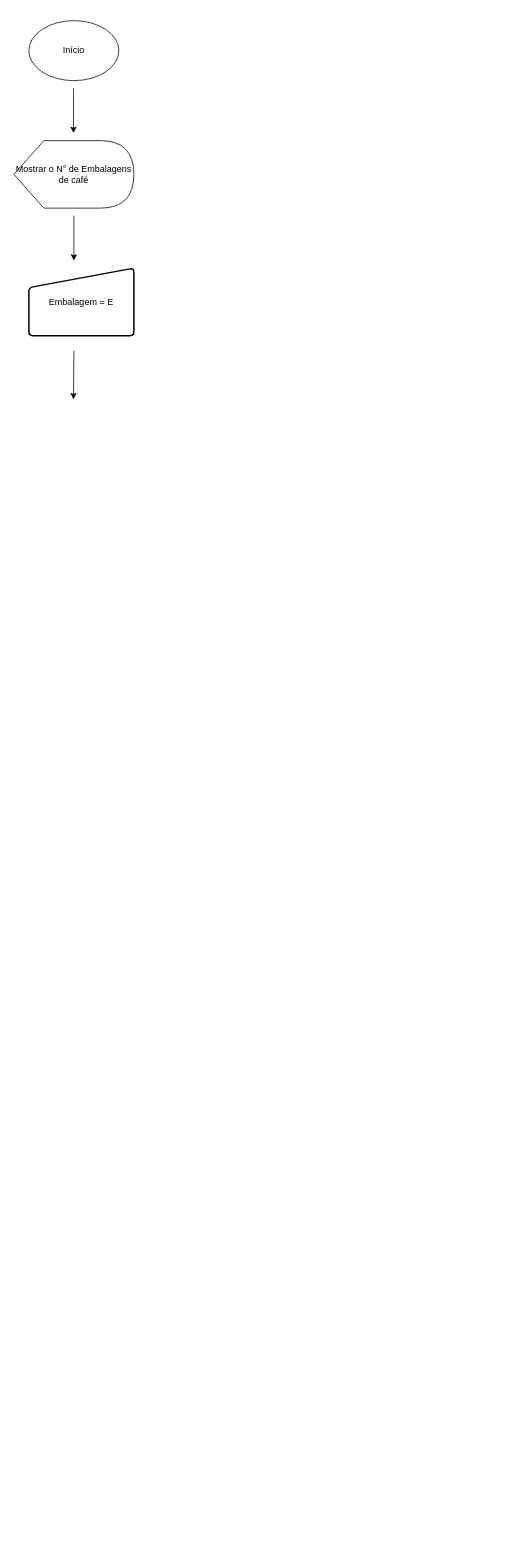
Ins1d3r8/Primeiro-Algor-tmo keeps this draw.io diagram as Café.drawio. Above is the earlier version. Source tidied: cells renumbered, new cells numbered last; positions are measured from the earlier drawing's top-left corner, leaving out a move shared by most shapes. Both pictures are drawn from the tidied source at 75%, with x=0, y=0 at pixel (14, 20).
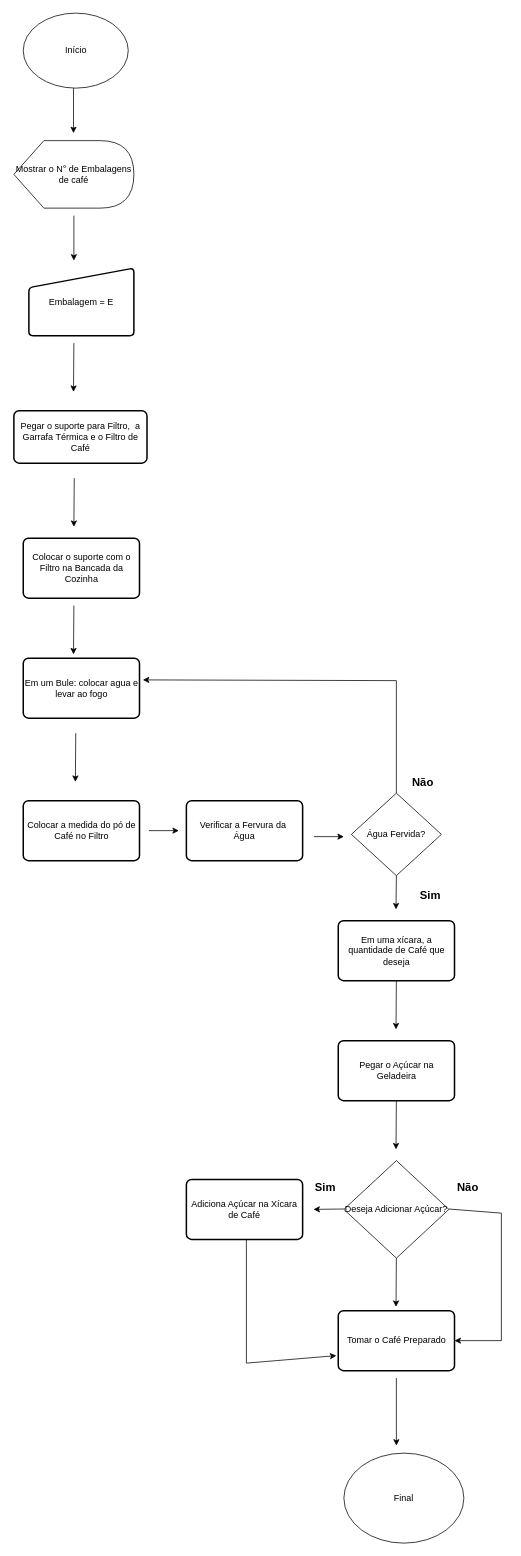
The same diagram, later.

Change to the diagram source:
```diff
@@
     <mxCell id="2" value="Início" style="ellipse;whiteSpace=wrap;html=1;" parent="1" vertex="1">
-      <mxGeometry x="20" width="120" height="80" as="geometry" />
+      <mxGeometry x="12.5" y="-10" width="140" height="100" as="geometry" />
     </mxCell>
@@
     <mxCell id="7" style="endArrow=classic;html=1;rounded=0;" parent="1" edge="1">
       <mxGeometry relative="1" as="geometry">
-        <mxPoint x="80" y="440" as="sourcePoint" />
-        <mxPoint x="79.5" y="505" as="targetPoint" />
+        <mxPoint x="80" y="430" as="sourcePoint" />
+        <mxPoint x="79.5" y="495" as="targetPoint" />
       </mxGeometry>
     </mxCell>
+    <mxCell id="8" value="Pegar o suporte para Filtro,&amp;nbsp; a Garrafa Térmica e o Filtro de Café" style="rounded=1;whiteSpace=wrap;html=1;absoluteArcSize=1;arcSize=14;strokeWidth=2;" parent="1" vertex="1">
+      <mxGeometry y="520" width="177.5" height="70" as="geometry" />
+    </mxCell>
+    <mxCell id="9" style="endArrow=classic;html=1;rounded=0;" parent="1" edge="1">
+      <mxGeometry relative="1" as="geometry">
+        <mxPoint x="80.5" y="610" as="sourcePoint" />
+        <mxPoint x="80" y="675" as="targetPoint" />
+      </mxGeometry>
+    </mxCell>
+    <mxCell id="10" value="Colocar o suporte com o Filtro na Bancada da Cozinha" style="rounded=1;whiteSpace=wrap;html=1;absoluteArcSize=1;arcSize=14;strokeWidth=2;" parent="1" vertex="1">
+      <mxGeometry x="12.5" y="690" width="155" height="80" as="geometry" />
+    </mxCell>
+    <mxCell id="11" style="endArrow=classic;html=1;rounded=0;" parent="1" edge="1">
+      <mxGeometry relative="1" as="geometry">
+        <mxPoint x="80" y="780" as="sourcePoint" />
+        <mxPoint x="79.5" y="845" as="targetPoint" />
+      </mxGeometry>
+    </mxCell>
+    <mxCell id="12" value="Em um Bule: colocar agua e levar ao fogo" style="rounded=1;whiteSpace=wrap;html=1;absoluteArcSize=1;arcSize=14;strokeWidth=2;" parent="1" vertex="1">
+      <mxGeometry x="12.5" y="850" width="155" height="80" as="geometry" />
+    </mxCell>
+    <mxCell id="13" style="endArrow=classic;html=1;rounded=0;" parent="1" edge="1">
+      <mxGeometry relative="1" as="geometry">
+        <mxPoint x="82.5" y="950" as="sourcePoint" />
+        <mxPoint x="82" y="1015" as="targetPoint" />
+      </mxGeometry>
+    </mxCell>
+    <mxCell id="14" value="Colocar a medida do pó de Café no Filtro " style="rounded=1;whiteSpace=wrap;html=1;absoluteArcSize=1;arcSize=14;strokeWidth=2;" parent="1" vertex="1">
+      <mxGeometry x="12.5" y="1040" width="155" height="80" as="geometry" />
+    </mxCell>
+    <mxCell id="15" style="endArrow=classic;html=1;rounded=0;" parent="1" edge="1">
+      <mxGeometry relative="1" as="geometry">
+        <mxPoint x="180" y="1080" as="sourcePoint" />
+        <mxPoint x="220" y="1080" as="targetPoint" />
+      </mxGeometry>
+    </mxCell>
+    <mxCell id="16" value="&lt;div&gt;Verificar a Fervura da&amp;nbsp;&lt;/div&gt;&lt;div&gt;Água&lt;/div&gt;" style="rounded=1;whiteSpace=wrap;html=1;absoluteArcSize=1;arcSize=14;strokeWidth=2;" parent="1" vertex="1">
+      <mxGeometry x="230" y="1040" width="155" height="80" as="geometry" />
+    </mxCell>
+    <mxCell id="17" style="endArrow=classic;html=1;rounded=0;" parent="1" edge="1">
+      <mxGeometry relative="1" as="geometry">
+        <mxPoint x="400" y="1088" as="sourcePoint" />
+        <mxPoint x="440" y="1088" as="targetPoint" />
+      </mxGeometry>
+    </mxCell>
+    <mxCell id="18" value="Água Fervida?" style="rhombus;whiteSpace=wrap;html=1;" parent="1" vertex="1">
+      <mxGeometry x="450" y="1030" width="120" height="110" as="geometry" />
+    </mxCell>
+    <mxCell id="19" style="endArrow=classic;html=1;rounded=0;exitX=0.5;exitY=1;exitDx=0;exitDy=0;" parent="1" edge="1" source="18">
+      <mxGeometry relative="1" as="geometry">
+        <mxPoint x="509.5" y="1185" as="targetPoint" />
+      </mxGeometry>
+    </mxCell>
+    <mxCell id="20" value="Não" style="text;html=1;align=center;verticalAlign=middle;strokeColor=none;fillColor=none;fontSize=15;fontStyle=1;" parent="1" vertex="1">
+      <mxGeometry x="520" y="1000" width="50" height="30" as="geometry" />
+    </mxCell>
+    <mxCell id="21" value="Sim" style="text;html=1;align=center;verticalAlign=middle;strokeColor=none;fillColor=none;fontSize=15;fontStyle=1;" parent="1" vertex="1">
+      <mxGeometry x="530" y="1150" width="50" height="30" as="geometry" />
+    </mxCell>
+    <mxCell id="22" style="endArrow=none;html=1;rounded=0;" parent="1" edge="1">
+      <mxGeometry relative="1" as="geometry">
+        <mxPoint x="510" y="1030" as="sourcePoint" />
+        <mxPoint x="510" y="880" as="targetPoint" />
+      </mxGeometry>
+    </mxCell>
+    <mxCell id="23" style="endArrow=classic;html=1;rounded=0;entryX=1.029;entryY=0.363;entryDx=0;entryDy=0;entryPerimeter=0;" parent="1" edge="1" target="12">
+      <mxGeometry relative="1" as="geometry">
+        <mxPoint x="510" y="880" as="sourcePoint" />
+      </mxGeometry>
+    </mxCell>
+    <mxCell id="24" value="&lt;div&gt;Em uma xícara, a quantidade de Café que deseja&lt;br&gt;&lt;/div&gt;" style="rounded=1;whiteSpace=wrap;html=1;absoluteArcSize=1;arcSize=14;strokeWidth=2;" parent="1" vertex="1">
+      <mxGeometry x="432.5" y="1200" width="155" height="80" as="geometry" />
+    </mxCell>
+    <mxCell id="25" style="endArrow=classic;html=1;rounded=0;" parent="1" edge="1">
+      <mxGeometry relative="1" as="geometry">
+        <mxPoint x="510" y="1280" as="sourcePoint" />
+        <mxPoint x="509.5" y="1345" as="targetPoint" />
+      </mxGeometry>
+    </mxCell>
+    <mxCell id="26" value="Pegar o Açúcar na Geladeira" style="rounded=1;whiteSpace=wrap;html=1;absoluteArcSize=1;arcSize=14;strokeWidth=2;" parent="1" vertex="1">
+      <mxGeometry x="432.5" y="1360" width="155" height="80" as="geometry" />
+    </mxCell>
+    <mxCell id="27" style="endArrow=classic;html=1;rounded=0;" parent="1" edge="1">
+      <mxGeometry relative="1" as="geometry">
+        <mxPoint x="510" y="1440" as="sourcePoint" />
+        <mxPoint x="509.5" y="1505" as="targetPoint" />
+      </mxGeometry>
+    </mxCell>
+    <mxCell id="28" value="Deseja Adicionar Açúcar?" style="rhombus;whiteSpace=wrap;html=1;" parent="1" vertex="1">
+      <mxGeometry x="440" y="1520" width="140" height="130" as="geometry" />
+    </mxCell>
+    <mxCell id="29" style="endArrow=classic;html=1;rounded=0;exitX=0.5;exitY=1;exitDx=0;exitDy=0;" parent="1" edge="1">
+      <mxGeometry relative="1" as="geometry">
+        <mxPoint x="440" y="1584.5" as="sourcePoint" />
+        <mxPoint x="399.5" y="1585" as="targetPoint" />
+      </mxGeometry>
+    </mxCell>
+    <mxCell id="30" value="Sim" style="text;html=1;align=center;verticalAlign=middle;strokeColor=none;fillColor=none;fontSize=15;fontStyle=1;" parent="1" vertex="1">
+      <mxGeometry x="390" y="1540" width="50" height="30" as="geometry" />
+    </mxCell>
+    <mxCell id="31" value="Não" style="text;html=1;align=center;verticalAlign=middle;strokeColor=none;fillColor=none;fontSize=15;fontStyle=1;" parent="1" vertex="1">
+      <mxGeometry x="580" y="1540" width="50" height="30" as="geometry" />
+    </mxCell>
+    <mxCell id="32" value="Adiciona Açúcar na Xícara de Café" style="rounded=1;whiteSpace=wrap;html=1;absoluteArcSize=1;arcSize=14;strokeWidth=2;" parent="1" vertex="1">
+      <mxGeometry x="230" y="1545" width="155" height="80" as="geometry" />
+    </mxCell>
+    <mxCell id="33" style="endArrow=classic;html=1;rounded=0;" parent="1" edge="1">
+      <mxGeometry relative="1" as="geometry">
+        <mxPoint x="510" y="1650" as="sourcePoint" />
+        <mxPoint x="509.5" y="1715" as="targetPoint" />
+      </mxGeometry>
+    </mxCell>
+    <mxCell id="34" value="Tomar o Café Preparado" style="rounded=1;whiteSpace=wrap;html=1;absoluteArcSize=1;arcSize=14;strokeWidth=2;" parent="1" vertex="1">
+      <mxGeometry x="432.5" y="1720" width="155" height="80" as="geometry" />
+    </mxCell>
+    <mxCell id="35" style="endArrow=none;html=1;rounded=0;" parent="1" edge="1">
+      <mxGeometry relative="1" as="geometry">
+        <mxPoint x="580" y="1584.5" as="sourcePoint" />
+        <mxPoint x="650" y="1590" as="targetPoint" />
+      </mxGeometry>
+    </mxCell>
+    <mxCell id="36" style="endArrow=none;html=1;rounded=0;" parent="1" edge="1">
+      <mxGeometry relative="1" as="geometry">
+        <mxPoint x="650" y="1760" as="sourcePoint" />
+        <mxPoint x="650" y="1590" as="targetPoint" />
+      </mxGeometry>
+    </mxCell>
+    <mxCell id="37" style="endArrow=classic;html=1;rounded=0;entryX=1;entryY=0.5;entryDx=0;entryDy=0;" parent="1" edge="1" target="34">
+      <mxGeometry relative="1" as="geometry">
+        <mxPoint x="650" y="1760" as="sourcePoint" />
+      </mxGeometry>
+    </mxCell>
+    <mxCell id="38" style="endArrow=classic;html=1;rounded=0;entryX=0.5;entryY=0;entryDx=0;entryDy=0;" parent="1" edge="1">
+      <mxGeometry relative="1" as="geometry">
+        <mxPoint x="510" y="1810" as="sourcePoint" />
+        <mxPoint x="510" y="1900" as="targetPoint" />
+      </mxGeometry>
+    </mxCell>
+    <mxCell id="39" style="endArrow=none;html=1;rounded=0;" parent="1" edge="1">
+      <mxGeometry relative="1" as="geometry">
+        <mxPoint x="310" y="1790" as="sourcePoint" />
+        <mxPoint x="310" y="1625" as="targetPoint" />
+      </mxGeometry>
+    </mxCell>
+    <mxCell id="40" style="endArrow=classic;html=1;rounded=0;" parent="1" edge="1">
+      <mxGeometry relative="1" as="geometry">
+        <mxPoint x="310" y="1790" as="sourcePoint" />
+        <mxPoint x="430" y="1780" as="targetPoint" />
+      </mxGeometry>
+    </mxCell>
+    <mxCell id="41" value="Final" style="ellipse;whiteSpace=wrap;html=1;" parent="1" vertex="1">
+      <mxGeometry x="440" y="1910" width="160" height="120" as="geometry" />
+    </mxCell>
```
